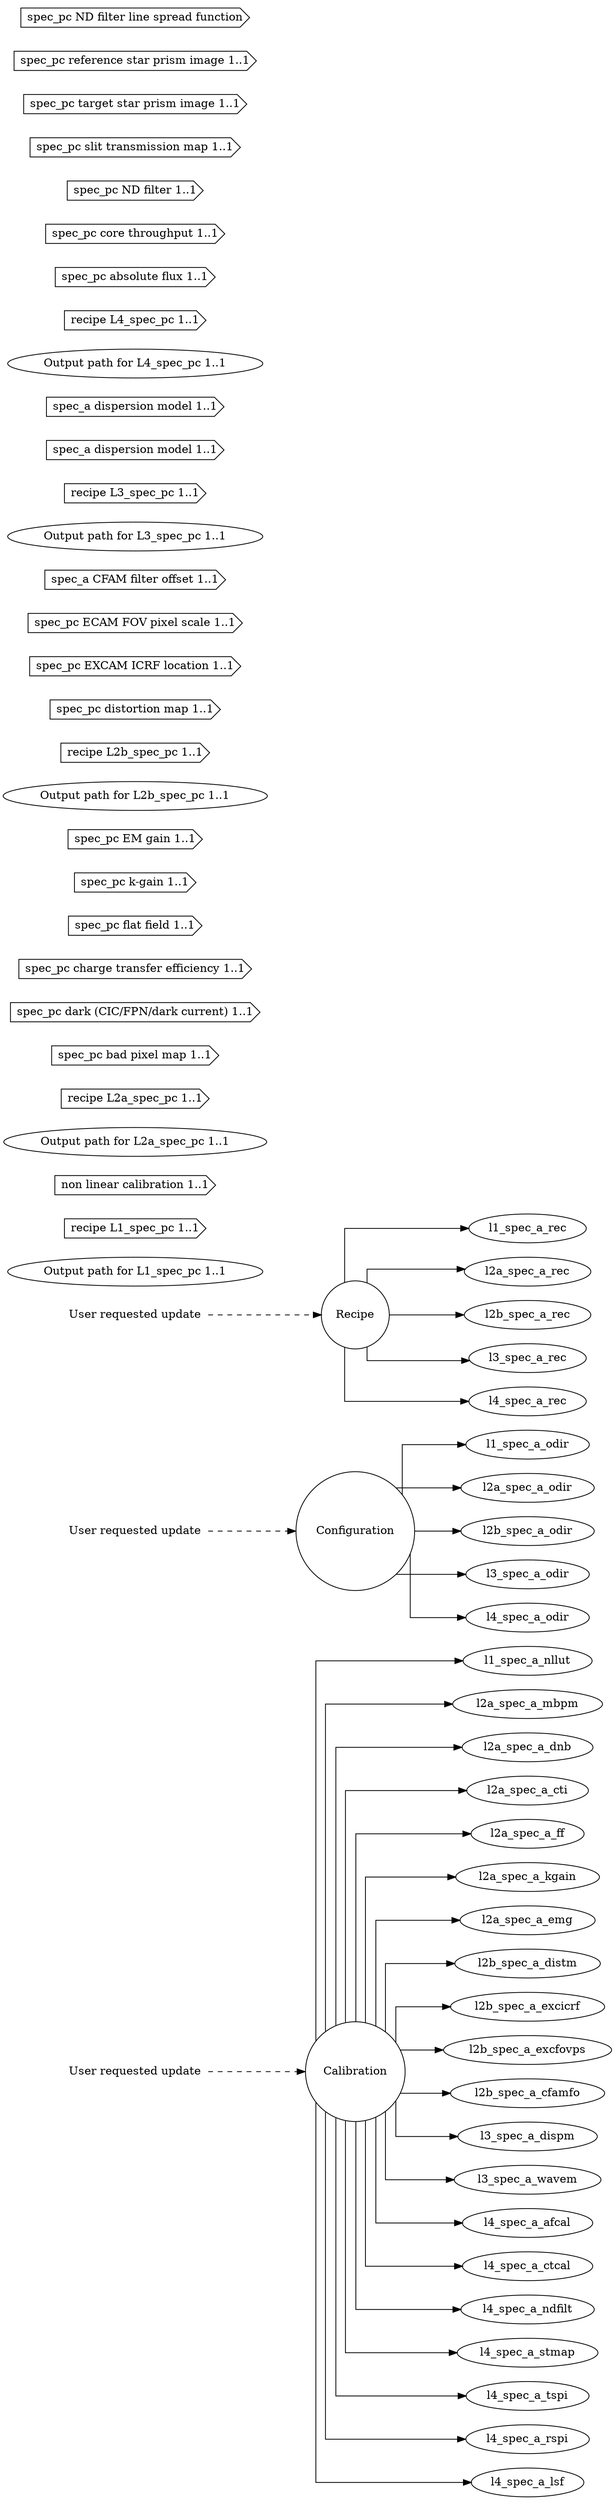
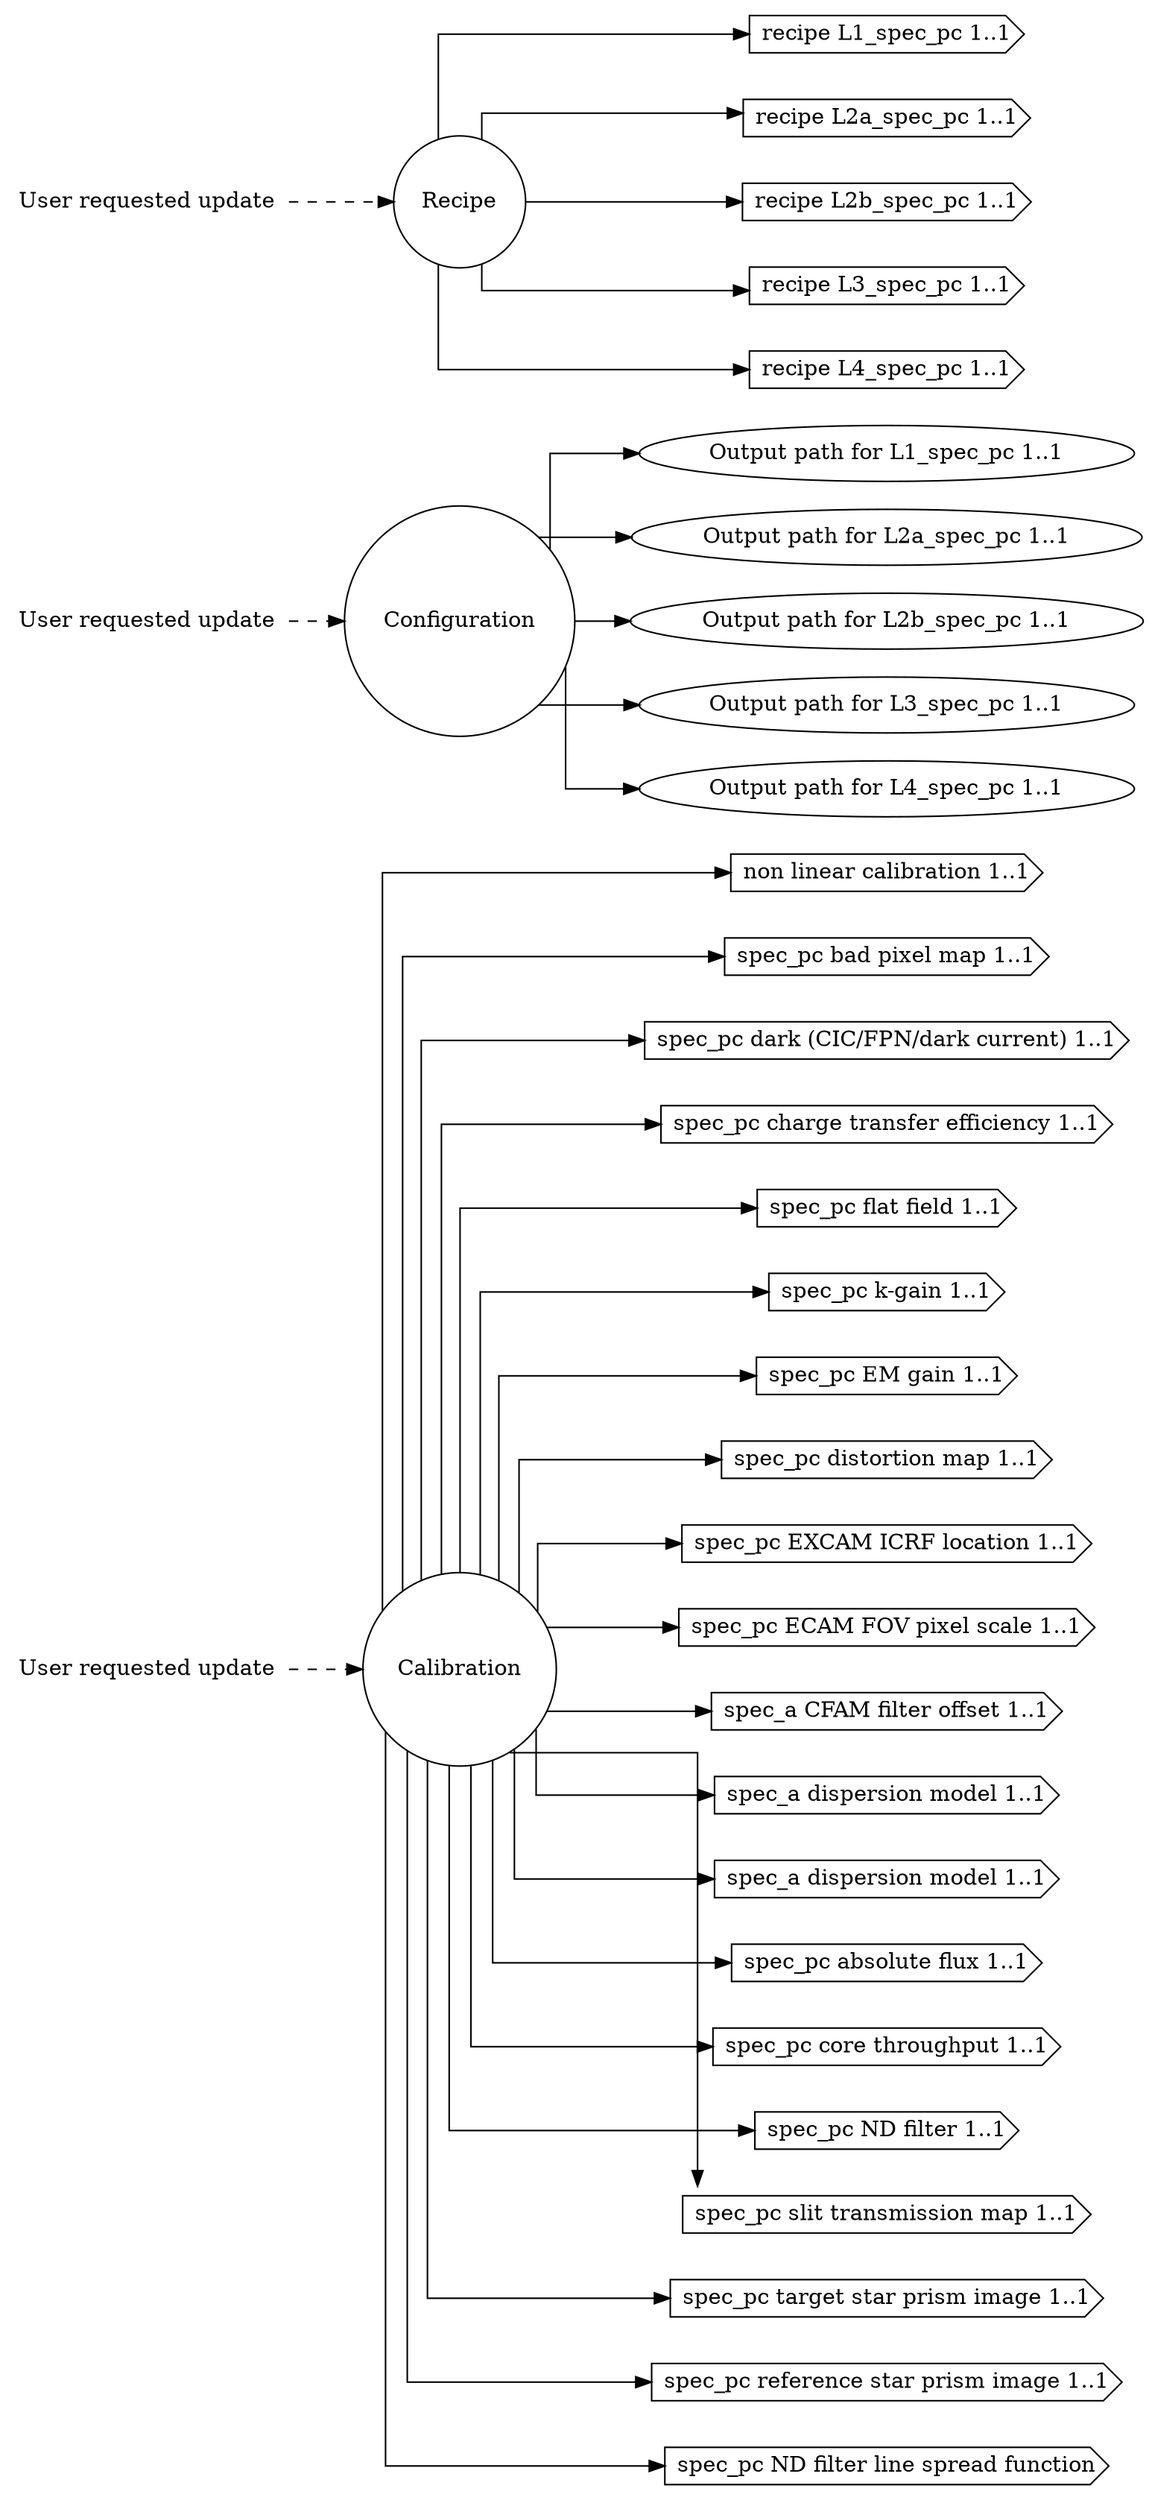
/* why separate channels and how are they tied back together
*
* The magic happens from clerks.dot. It contains the same clerks but with dawgie
* information tied to the nodes. Since they are all named the same among these
* channlized files and clerks.dot, the dip.basis.transmute distills then
* condenses them into a hidden monolithic concept if they have dawgie
* information associated with them. That is the real magic.
*/
digraph Clerks
{
  graph [splines="ortho", rankdir=LR];

  alarm_cal [label="User requested update", shape="none"];
  alarm_cnf [label="User requested update", shape="none"];
  alarm_rec [label="User requested update", shape="none"];

  calib [label="Calibration", shape="circle"];
  config [label="Configuration", shape="circle"];
  recipe [label="Recipe", shape="circle"];

  l1_spec_pc_odir [label="Output path for L1_spec_pc 1..1", shape="ellipse",
                 valname="clerk.configuration.l1_spec_pc.outdir",
                 valtype="dip.base.Configuration"];
  l1_spec_pc_rec [label="recipe L1_spec_pc 1..1", shape="cds",
                valname="clerk.recipe.l1_spec_pc.recipe",
                valtype="dip.base.Recipe"];
  l1_spec_pc_nllut [label="non linear calibration 1..1", shape="cds",
                     valname="clerk.calibration.l1_spec_pc.nonlin",
                     valtype="dip.base.Calibration"];

  l2a_spec_pc_odir [label="Output path for L2a_spec_pc 1..1", shape="ellipse",
                 valname="clerk.configuration.l2a_spec_pc.outdir",
                 valtype="dip.base.Configuration"];
  l2a_spec_pc_rec [label="recipe L2a_spec_pc 1..1", shape="cds",
                 valname="clerk.recipe.l2a_spec_pc.recipe",
                 valtype="dip.base.Recipe"];
  l2a_spec_pc_mbpm [label="spec_pc bad pixel map 1..1", shape="cds",
                valname="clerk.calibration.l2a_spec_pc.bad_pix_map",
                valtype="dip.base.Calibration"];
  l2a_spec_pc_dnb  [label="spec_pc dark (CIC/FPN/dark current) 1..1", shape="cds",
                  valname="clerk.calibration.l2a_spec_pc.darks",
                  valtype="dip.base.Calibration"];
  l2a_spec_pc_cti  [label="spec_pc charge transfer efficiency 1..1", shape="cds",
                valname="clerk.calibration.l2a_spec_pc.charge_xfer_eff",
                valtype="dip.base.Calibration"];
  l2a_spec_pc_ff  [label="spec_pc flat field 1..1", shape="cds",
                valname="clerk.calibration.l2a_spec_pc.flat_field",
                valtype="dip.base.Calibration"];
  l2a_spec_pc_kgain  [label="spec_pc k-gain 1..1", shape="cds",
                valname="clerk.calibration.l2a_spec_pc.k_gain",
                valtype="dip.base.Calibration"];
  l2a_spec_pc_emg [label="spec_pc EM gain 1..1", shape="cds",
                valname="clerk.calibration.l2a_spec_pc.em_gain",
                valtype="dip.base.Calibration"];
  l2b_spec_pc_odir [label="Output path for L2b_spec_pc 1..1", shape="ellipse",
                 valname="clerk.configuration.l2b_spec_pc.outdir",
                 valtype="dip.base.Configuration"];
  l2b_spec_pc_rec [label="recipe L2b_spec_pc 1..1", shape="cds",
                 valname="clerk.recipe.l2b_spec_pc.recipe",
                 valtype="dip.base.Recipe"];
  l2b_spec_pc_distm [label="spec_pc distortion map 1..1", shape="cds",
                 valname="clerk.calibration.l2b_spec_pc.distortion_map",
                 valtype="dip.base.Calibration"];
  l2b_spec_pc_excicrf [label="spec_pc EXCAM ICRF location 1..1", shape="cds",
                 valname="clerk.calibration.l2b_spec_pc.excam_icrf_location",
                 valtype="dip.base.Calibration"];
  l2b_spec_pc_excfovps [label="spec_pc ECAM FOV pixel scale 1..1", shape="cds",
                 valname="clerk.calibration.l2b_spec_pc.excam_fov_pixel_scale",
                 valtype="dip.base.Calibration"];
  l2b_spec_pc_cfamfo [label="spec_a CFAM filter offset 1..1", shape="cds",
                 valname="clerk.calibration.l2b_spec_pc.cfam_filter_offset",
                 valtype="dip.base.Calibration"];

  l3_spec_pc_odir [label="Output path for L3_spec_pc 1..1", shape="ellipse",
                 valname="clerk.configuration.l3_spec_pc.outdir",
                 valtype="dip.base.Configuration"];
  l3_spec_pc_rec [label="recipe L3_spec_pc 1..1", shape="cds",
                 valname="clerk.recipe.l3_spec_pc.recipe",
                 valtype="dip.base.Recipe"];
  l3_spec_pc_dispm [label="spec_a dispersion model 1..1", shape="cds",
                 valname="clerk.calibration.l3_spec_pc.dispersion_model",
                 valtype="dip.base.Calibration"];
  l3_spec_pc_wavem [label="spec_a dispersion model 1..1", shape="cds",
                 valname="clerk.calibration.l3_spec_pc.wavelength_map",
                 valtype="dip.base.Calibration"];

  l4_spec_pc_odir [label="Output path for L4_spec_pc 1..1", shape="ellipse",
                 valname="clerk.configuration.l4_spec_pc.outdir",
                 valtype="dip.base.Configuration"];
  l4_spec_pc_rec [label="recipe L4_spec_pc 1..1", shape="cds",
                 valname="clerk.recipe.l4_spec_pc.recipe",
                 valtype="dip.base.Recipe"];
  l4_spec_pc_afcal [label="spec_pc absolute flux 1..1", shape="cds",
                 valname="clerk.calibration.l4_spec_pc.absolute_flux",
                 valtype="dip.base.Calibration"];
  l4_spec_pc_ctcal [label="spec_pc core throughput 1..1", shape="cds",
                 valname="clerk.calibration.l4_spec_pc.core_thruput",
                 valtype="dip.base.Calibration"];
  l4_spec_pc_ndfilt [label="spec_pc ND filter 1..1", shape="cds",
                 valname="clerk.calibration.l4_spec_pc.nd_filter",
                 valtype="dip.base.Calibration"];
  l4_spec_pc_stmap [label="spec_pc slit transmission map 1..1", shape="cds",
                 valname="clerk.calibration.l4_spec_pc.slit_transmission_map",
                 valtype="dip.base.Calibration"];
  l4_spec_pc_tspi [label="spec_pc target star prism image 1..1", shape="cds",
                 valname="clerk.calibration.l4_spec_pc.target_star_prism_image",
                 valtype="dip.base.Calibration"];
  l4_spec_pc_rspi [label="spec_pc reference star prism image 1..1", shape="cds",
                 valname="clerk.calibration.l4_spec_pc.ref_star_prism_image",
                 valtype="dip.base.Calibration"];
  l4_spec_pc_lsf [label="spec_pc ND filter line spread function", shape="cds",
                 valname="clerk.calibration.l4_spec_pc.line_spread_function",
                 valtype="dip.base.Calibration"];

  alarm_cal -> calib [style="dashed"];
  alarm_cnf -> config [style="dashed"];
  alarm_rec -> recipe [style="dashed"];

-   calib -> l1_spec_a_nllut;
-   calib -> l2a_spec_a_mbpm;
-   calib -> l2a_spec_a_dnb;
-   calib -> l2a_spec_a_cti;
-   calib -> l2a_spec_a_ff;
-   calib -> l2a_spec_a_kgain;
-   calib -> l2a_spec_a_emg;
-   calib -> l2b_spec_a_distm;
-   calib -> l2b_spec_a_excicrf;
-   calib -> l2b_spec_a_excfovps;
-   calib -> l2b_spec_a_cfamfo;
-   calib -> l3_spec_a_dispm;
-   calib -> l3_spec_a_wavem;
-   calib -> l4_spec_a_afcal;
-   calib -> l4_spec_a_ctcal;
-   calib -> l4_spec_a_ndfilt;
-   calib -> l4_spec_a_stmap;
-   calib -> l4_spec_a_tspi;
-   calib -> l4_spec_a_rspi;
-   calib -> l4_spec_a_lsf;
-   config -> l1_spec_a_odir;
-   config -> l2a_spec_a_odir;
-   config -> l2b_spec_a_odir;
-   config -> l3_spec_a_odir;
-   config -> l4_spec_a_odir;
-   recipe -> l1_spec_a_rec;
-   recipe -> l2a_spec_a_rec;
-   recipe -> l2b_spec_a_rec;
-   recipe -> l3_spec_a_rec;
-   recipe -> l4_spec_a_rec;
+   calib -> l1_spec_pc_nllut;
+   calib -> l2a_spec_pc_mbpm;
+   calib -> l2a_spec_pc_dnb;
+   calib -> l2a_spec_pc_cti;
+   calib -> l2a_spec_pc_ff;
+   calib -> l2a_spec_pc_kgain;
+   calib -> l2a_spec_pc_emg;
+   calib -> l2b_spec_pc_distm;
+   calib -> l2b_spec_pc_excicrf;
+   calib -> l2b_spec_pc_excfovps;
+   calib -> l2b_spec_pc_cfamfo;
+   calib -> l3_spec_pc_dispm;
+   calib -> l3_spec_pc_wavem;
+   calib -> l4_spec_pc_afcal;
+   calib -> l4_spec_pc_ctcal;
+   calib -> l4_spec_pc_ndfilt;
+   calib -> l4_spec_pc_stmap;
+   calib -> l4_spec_pc_tspi;
+   calib -> l4_spec_pc_rspi;
+   calib -> l4_spec_pc_lsf;
+   config -> l1_spec_pc_odir;
+   config -> l2a_spec_pc_odir;
+   config -> l2b_spec_pc_odir;
+   config -> l3_spec_pc_odir;
+   config -> l4_spec_pc_odir;
+   recipe -> l1_spec_pc_rec;
+   recipe -> l2a_spec_pc_rec;
+   recipe -> l2b_spec_pc_rec;
+   recipe -> l3_spec_pc_rec;
+   recipe -> l4_spec_pc_rec;
}
